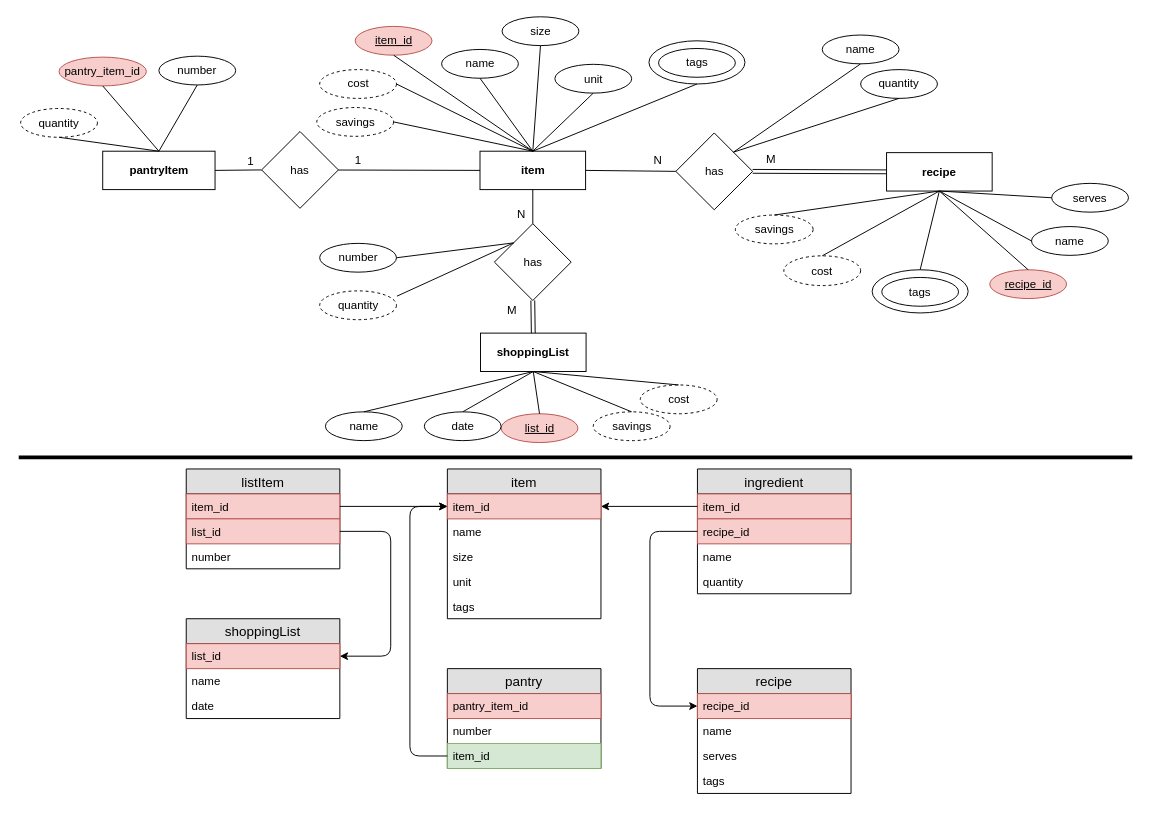
Before: foodShopER.drawio in Oolay/food-shop, a draw.io diagram. Source tidied: cells renumbered, new cells numbered last; positions are measured from the earlier drawing's top-left corner, leaving out a move shared by most shapes. Both pictures are drawn from the tidied source at 96%, with x=0, y=0 at pixel (18, 16).
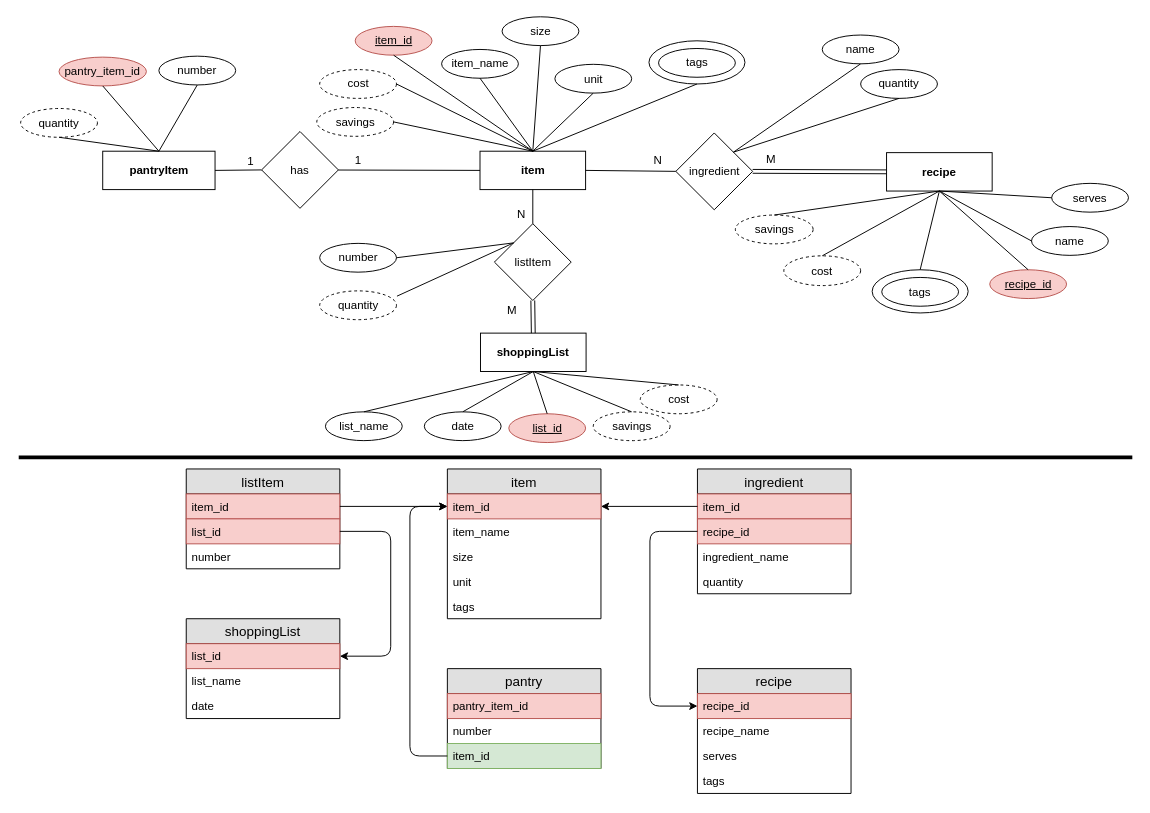
The same page after the edit.

The change refers to these unchanged cells:
```xml
<mxCell id="67" value="item" style="swimlane;fontStyle=0;horizontal=1;startSize=26;fillColor=#e0e0e0;swimlaneFillColor=#ffffff;align=center;fontSize=14;" parent="1" vertex="1">
  <mxGeometry x="446.5" y="471" width="160" height="156" as="geometry" />
</mxCell>
<mxCell id="77" value="recipe" style="swimlane;fontStyle=0;horizontal=1;startSize=26;fillColor=#e0e0e0;swimlaneFillColor=#ffffff;align=center;fontSize=14;" parent="1" vertex="1">
  <mxGeometry x="707" y="679" width="160" height="130" as="geometry" />
</mxCell>
<mxCell id="82" value="shoppingList" style="swimlane;fontStyle=0;horizontal=1;startSize=26;fillColor=#e0e0e0;swimlaneFillColor=#ffffff;align=center;fontSize=14;" parent="1" vertex="1">
  <mxGeometry x="174.5" y="627" width="160" height="104" as="geometry" />
</mxCell>
<mxCell id="88" value="ingredient" style="swimlane;fontStyle=0;horizontal=1;startSize=26;fillColor=#e0e0e0;swimlaneFillColor=#ffffff;align=center;fontSize=14;" parent="1" vertex="1">
  <mxGeometry x="707" y="471" width="160" height="130" as="geometry" />
</mxCell>
```

What changed in the source:
```diff
@@
-    <mxCell id="6" value="name" style="ellipse;whiteSpace=wrap;html=1;" parent="1" vertex="1">
+    <mxCell id="6" value="item_name" style="ellipse;whiteSpace=wrap;html=1;" parent="1" vertex="1">
       <mxGeometry x="440.5" y="34" width="80" height="30" as="geometry" />
     </mxCell>
@@
-    <mxCell id="15" value="has" style="rhombus;whiteSpace=wrap;html=1;" parent="1" vertex="1">
+    <mxCell id="15" value="listItem" style="rhombus;whiteSpace=wrap;html=1;" parent="1" vertex="1">
       <mxGeometry x="495.5" y="215.5" width="80" height="80" as="geometry" />
     </mxCell>
@@
     <mxCell id="18" value="list_id" style="ellipse;whiteSpace=wrap;html=1;fillColor=#f8cecc;strokeColor=#b85450;fontStyle=4;" parent="1" vertex="1">
-      <mxGeometry x="502.5" y="413.5" width="80" height="30" as="geometry" />
+      <mxGeometry x="510.5" y="413.5" width="80" height="30" as="geometry" />
     </mxCell>
@@
-    <mxCell id="20" value="has" style="rhombus;whiteSpace=wrap;html=1;" parent="1" vertex="1">
+    <mxCell id="20" value="ingredient" style="rhombus;whiteSpace=wrap;html=1;" parent="1" vertex="1">
       <mxGeometry x="684.5" y="121" width="80" height="80" as="geometry" />
     </mxCell>
@@
-    <mxCell id="69" value="name" style="text;strokeColor=none;fillColor=none;spacingLeft=4;spacingRight=4;overflow=hidden;fontSize=12;" parent="67" vertex="1">
+    <mxCell id="69" value="item_name" style="text;strokeColor=none;fillColor=none;spacingLeft=4;spacingRight=4;overflow=hidden;fontSize=12;" parent="67" vertex="1">
       <mxGeometry y="52" width="160" height="26" as="geometry" />
     </mxCell>
@@
-    <mxCell id="79" value="name" style="text;strokeColor=none;fillColor=none;spacingLeft=4;spacingRight=4;overflow=hidden;fontSize=12;" parent="77" vertex="1">
+    <mxCell id="79" value="recipe_name" style="text;strokeColor=none;fillColor=none;spacingLeft=4;spacingRight=4;overflow=hidden;fontSize=12;" parent="77" vertex="1">
       <mxGeometry y="52" width="160" height="26" as="geometry" />
     </mxCell>
@@
-    <mxCell id="84" value="name" style="text;strokeColor=none;fillColor=none;spacingLeft=4;spacingRight=4;overflow=hidden;fontSize=12;" parent="82" vertex="1">
+    <mxCell id="84" value="list_name" style="text;strokeColor=none;fillColor=none;spacingLeft=4;spacingRight=4;overflow=hidden;fontSize=12;" parent="82" vertex="1">
       <mxGeometry y="52" width="160" height="26" as="geometry" />
     </mxCell>
@@
-    <mxCell id="86" value="name" style="ellipse;whiteSpace=wrap;html=1;" parent="1" vertex="1">
+    <mxCell id="86" value="list_name" style="ellipse;whiteSpace=wrap;html=1;" parent="1" vertex="1">
       <mxGeometry x="319.5" y="411.5" width="80" height="30" as="geometry" />
     </mxCell>
@@
-    <mxCell id="91" value="name" style="text;strokeColor=none;fillColor=none;spacingLeft=4;spacingRight=4;overflow=hidden;fontSize=12;" parent="88" vertex="1">
+    <mxCell id="91" value="ingredient_name" style="text;strokeColor=none;fillColor=none;spacingLeft=4;spacingRight=4;overflow=hidden;fontSize=12;" parent="88" vertex="1">
       <mxGeometry y="78" width="160" height="26" as="geometry" />
     </mxCell>
```
